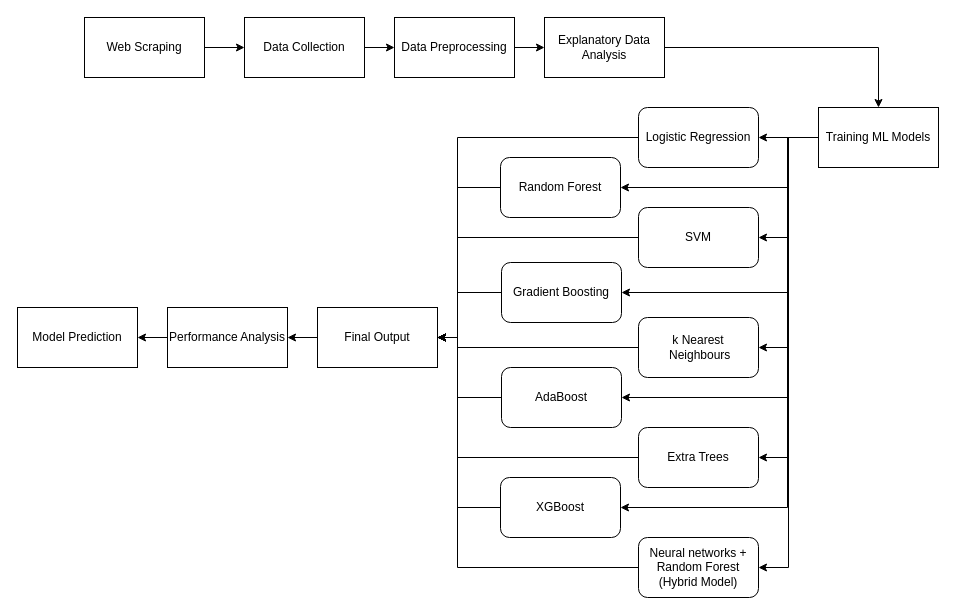
The draw.io diagram System architecture .drawio in illuminatryX/Website-Analysis, before the edit. Source tidied: cells renumbered, new cells numbered last; positions are measured from the earlier drawing's top-left corner, leaving out a move shared by most shapes. Both pictures are drawn from the tidied source at 100%, with x=0, y=0 at pixel (17, 17).
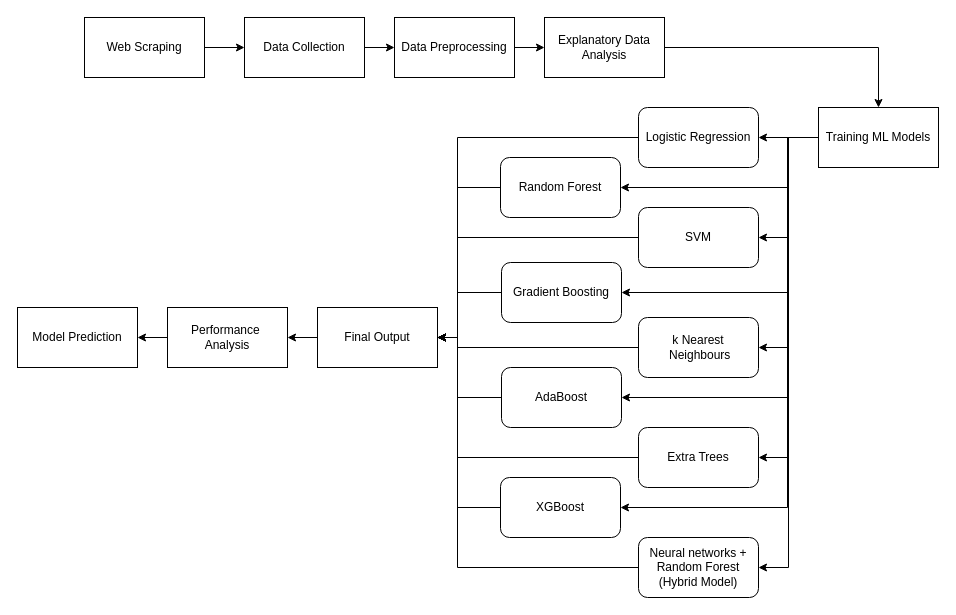
After the change.

The edit, as a diff of the source:
```diff
@@
-    <mxCell id="40" value="Performance Analysis" style="rounded=0;whiteSpace=wrap;html=1;" parent="1" vertex="1">
+    <mxCell id="40" value="Performance&amp;nbsp;&lt;div&gt;Analysis&lt;/div&gt;" style="rounded=0;whiteSpace=wrap;html=1;" parent="1" vertex="1">
       <mxGeometry x="150" y="290" width="120" height="60" as="geometry" />
     </mxCell>
```
